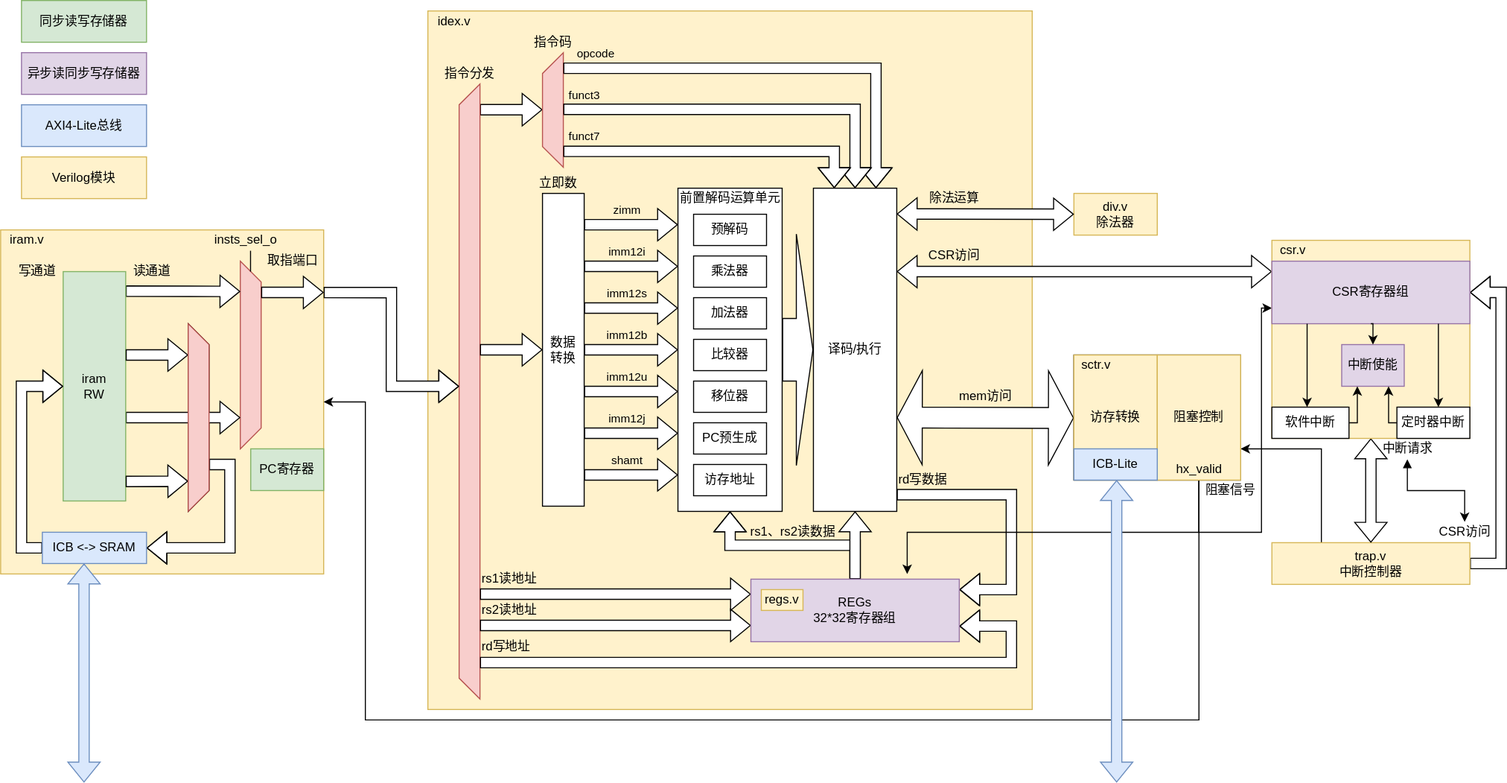
Earlier version of the draw.io export doc/图库/数据手册/内核原理图.svg (ZPNMiaoHeng/SparrowRV). Source tidied: cells renumbered, new cells last; positions are measured from the earlier drawing's top-left corner, leaving out a move shared by most shapes.
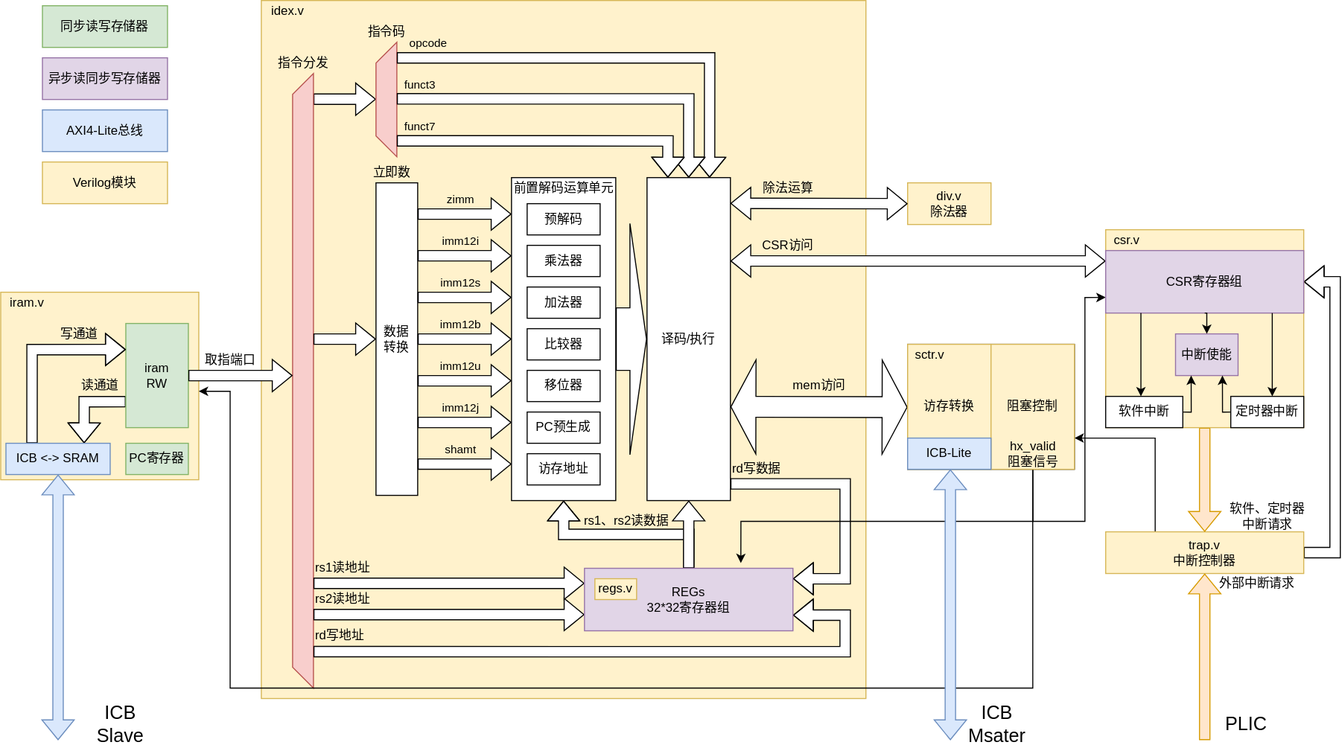
The same diagram one commit later.

Change to the diagram source:
```diff
@@ -16,76 +16,28 @@
       </mxGeometry>
     </mxCell>
     <mxCell id="4" style="rounded=0;whiteSpace=wrap;html=1;fillColor=#fff2cc;strokeColor=#d6b656;" parent="1" vertex="1">
-      <mxGeometry y="220" width="310" height="330" as="geometry" />
+      <mxGeometry x="160" y="290" width="190" height="180" as="geometry" />
     </mxCell>
-    <mxCell id="5" style="edgeStyle=orthogonalEdgeStyle;rounded=0;jettySize=auto;html=1;exitX=0.75;exitY=0;exitDx=0;exitDy=0;entryX=1;entryY=0.5;entryDx=0;entryDy=0;endArrow=classic;endFill=1;fillColor=default;shape=flexArrow;" parent="1" edge="1" source="6" target="19">
+    <mxCell id="5" style="edgeStyle=orthogonalEdgeStyle;rounded=0;jettySize=auto;html=1;exitX=0;exitY=0.75;exitDx=0;exitDy=0;entryX=0.75;entryY=0;entryDx=0;entryDy=0;endArrow=classic;endFill=1;fillColor=default;shape=flexArrow;" parent="1" edge="1" source="12" target="19">
       <mxGeometry relative="1" as="geometry" />
     </mxCell>
-    <mxCell id="6" style="shape=trapezoid;perimeter=trapezoidPerimeter;whiteSpace=wrap;html=1;fixedSize=1;fillColor=default;rotation=0;direction=south;" parent="1" vertex="1">
-      <mxGeometry x="180" y="310" width="20" height="180" as="geometry" />
-    </mxCell>
     <mxCell id="7" value="iram.v" style="text;html=1;align=center;verticalAlign=middle;strokeColor=none;fillColor=none;" parent="1" vertex="1">
-      <mxGeometry y="220" width="50" height="20" as="geometry" />
+      <mxGeometry x="160" y="290" width="50" height="20" as="geometry" />
     </mxCell>
-    <mxCell id="8" style="shape=trapezoid;perimeter=trapezoidPerimeter;whiteSpace=wrap;html=1;fixedSize=1;fillColor=#f8cecc;rotation=0;direction=south;strokeColor=#b85450;" parent="1" vertex="1">
-      <mxGeometry x="230" y="250" width="20" height="180" as="geometry" />
-    </mxCell>
-    <mxCell id="9" style="shape=flexArrow;endArrow=classic;html=1;rounded=0;fillColor=default;" parent="1" edge="1">
-      <mxGeometry relative="1" as="geometry">
-        <mxPoint x="120" y="278.8" as="sourcePoint" />
-        <mxPoint x="230" y="279" as="targetPoint" />
-      </mxGeometry>
-    </mxCell>
-    <mxCell id="10" style="shape=flexArrow;endArrow=classic;html=1;rounded=0;fillColor=default;" parent="1" edge="1">
-      <mxGeometry relative="1" as="geometry">
-        <mxPoint x="120" y="400" as="sourcePoint" />
-        <mxPoint x="230" y="400" as="targetPoint" />
-      </mxGeometry>
-    </mxCell>
-    <mxCell id="11" style="shape=flexArrow;endArrow=classic;html=1;rounded=0;fillColor=default;" parent="1" edge="1">
-      <mxGeometry relative="1" as="geometry">
-        <mxPoint x="250" y="280" as="sourcePoint" />
-        <mxPoint x="310" y="280" as="targetPoint" />
-      </mxGeometry>
-    </mxCell>
     <mxCell id="12" value="iram&lt;br&gt;RW" style="rounded=0;whiteSpace=wrap;html=1;fillColor=#d5e8d4;strokeColor=#82b366;" parent="1" vertex="1">
-      <mxGeometry x="60" y="260" width="60" height="220" as="geometry" />
+      <mxGeometry x="280" y="320" width="60" height="100" as="geometry" />
     </mxCell>
-    <mxCell id="13" style="shape=flexArrow;endArrow=classic;html=1;rounded=0;fillColor=default;" parent="1" edge="1">
-      <mxGeometry relative="1" as="geometry">
-        <mxPoint x="120" y="340" as="sourcePoint" />
-        <mxPoint x="180" y="340" as="targetPoint" />
-      </mxGeometry>
-    </mxCell>
-    <mxCell id="14" style="shape=flexArrow;endArrow=classic;html=1;rounded=0;fillColor=default;" parent="1" edge="1">
-      <mxGeometry relative="1" as="geometry">
-        <mxPoint x="120" y="461.2" as="sourcePoint" />
-        <mxPoint x="180" y="461" as="targetPoint" />
-      </mxGeometry>
-    </mxCell>
     <mxCell id="15" value="取指端口" style="text;html=1;align=center;verticalAlign=middle;strokeColor=none;fillColor=none;" parent="1" vertex="1">
-      <mxGeometry x="250" y="240" width="60" height="20" as="geometry" />
+      <mxGeometry x="350" y="345" width="60" height="20" as="geometry" />
     </mxCell>
-    <mxCell id="16" value="insts_sel_o" style="text;html=1;align=center;verticalAlign=middle;strokeColor=none;fillColor=none;" parent="1" vertex="1">
-      <mxGeometry x="195" y="220" width="80" height="20" as="geometry" />
-    </mxCell>
-    <mxCell id="17" style="endArrow=none;html=1;rounded=0;fillColor=default;" parent="1" edge="1">
-      <mxGeometry relative="1" as="geometry">
-        <mxPoint x="239.8" y="260" as="sourcePoint" />
-        <mxPoint x="239.8" y="240" as="targetPoint" />
-      </mxGeometry>
-    </mxCell>
-    <mxCell id="18" style="edgeStyle=orthogonalEdgeStyle;shape=flexArrow;rounded=0;jettySize=auto;html=1;exitX=0;exitY=0.5;exitDx=0;exitDy=0;entryX=0;entryY=0.5;entryDx=0;entryDy=0;endArrow=classic;endFill=1;fillColor=default;" parent="1" edge="1" source="19" target="12">
+    <mxCell id="18" style="edgeStyle=orthogonalEdgeStyle;shape=flexArrow;rounded=0;jettySize=auto;html=1;exitX=0.25;exitY=0;exitDx=0;exitDy=0;entryX=0;entryY=0.25;entryDx=0;entryDy=0;endArrow=classic;endFill=1;fillColor=default;" parent="1" edge="1" source="19" target="12">
       <mxGeometry relative="1" as="geometry" />
     </mxCell>
     <mxCell id="19" value="ICB &amp;lt;-&amp;gt; SRAM" style="rounded=0;whiteSpace=wrap;html=1;fillColor=#dae8fc;strokeColor=#6c8ebf;" parent="1" vertex="1">
-      <mxGeometry x="40" y="510" width="100" height="30" as="geometry" />
+      <mxGeometry x="165" y="435" width="100" height="30" as="geometry" />
     </mxCell>
-    <mxCell id="20" value="读通道" style="text;html=1;align=center;verticalAlign=middle;strokeColor=none;fillColor=none;" parent="1" vertex="1">
-      <mxGeometry x="120" y="250" width="50" height="20" as="geometry" />
-    </mxCell>
     <mxCell id="21" value="写通道" style="text;html=1;align=center;verticalAlign=middle;strokeColor=none;fillColor=none;" parent="1" vertex="1">
-      <mxGeometry x="10" y="250" width="50" height="20" as="geometry" />
+      <mxGeometry x="210" y="320" width="50" height="20" as="geometry" />
     </mxCell>
     <mxCell id="22" style="edgeStyle=orthogonalEdgeStyle;shape=flexArrow;rounded=0;jettySize=auto;html=1;exitX=1;exitY=0.5;exitDx=0;exitDy=0;entryX=1;entryY=0.5;entryDx=0;entryDy=0;endArrow=classic;endFill=1;fillColor=default;" parent="1" edge="1" source="24" target="89">
       <mxGeometry relative="1" as="geometry">
@@ -318,7 +270,7 @@
       </mxGeometry>
     </mxCell>
     <mxCell id="73" value="PC寄存器" style="whiteSpace=wrap;html=1;fillColor=#d5e8d4;strokeColor=#82b366;" parent="1" vertex="1">
-      <mxGeometry x="240" y="430" width="70" height="40" as="geometry" />
+      <mxGeometry x="280" y="435" width="60" height="30" as="geometry" />
     </mxCell>
     <mxCell id="74" style="shape=flexArrow;endArrow=classic;startArrow=classic;html=1;rounded=0;fillColor=default;startWidth=69.25925925925925;startSize=7.655555555555556;endWidth=69.25925925925925;endSize=7.655555555555556;width=20;" parent="1" edge="1">
       <mxGeometry relative="1" as="geometry">
@@ -351,17 +303,17 @@
       <mxGeometry relative="1" as="geometry">
         <Array as="points">
           <mxPoint x="1150" y="510" />
-          <mxPoint x="1210" y="510" />
-          <mxPoint x="1210" y="295" />
+          <mxPoint x="1200" y="510" />
+          <mxPoint x="1200" y="295" />
         </Array>
       </mxGeometry>
     </mxCell>
     <mxCell id="81" style="edgeStyle=orthogonalEdgeStyle;rounded=0;jettySize=auto;html=1;exitX=0.5;exitY=1;exitDx=0;exitDy=0;endArrow=classic;endFill=1;fillColor=default;" parent="1" edge="1" source="82" target="4">
       <mxGeometry relative="1" as="geometry">
         <Array as="points">
-          <mxPoint x="1150" y="690" />
-          <mxPoint x="350" y="690" />
-          <mxPoint x="350" y="385" />
+          <mxPoint x="1150" y="670" />
+          <mxPoint x="380" y="670" />
+          <mxPoint x="380" y="385" />
         </Array>
       </mxGeometry>
     </mxCell>
@@ -383,7 +335,7 @@
         <mxPoint x="1220" y="260" as="targetPoint" />
       </mxGeometry>
     </mxCell>
-    <mxCell id="86" style="edgeStyle=orthogonalEdgeStyle;rounded=0;jettySize=auto;html=1;exitX=0.5;exitY=1;exitDx=0;exitDy=0;entryX=0.5;entryY=0;entryDx=0;entryDy=0;endArrow=classic;endFill=1;fillColor=default;shape=flexArrow;startArrow=block;" parent="1" edge="1" source="87" target="24">
+    <mxCell id="86" style="edgeStyle=orthogonalEdgeStyle;rounded=0;jettySize=auto;html=1;exitX=0.5;exitY=1;exitDx=0;exitDy=0;entryX=0.5;entryY=0;entryDx=0;entryDy=0;endArrow=classic;endFill=1;fillColor=#ffe6cc;shape=flexArrow;startArrow=none;startFill=0;strokeColor=#d79b00;" parent="1" edge="1" source="87" target="24">
       <mxGeometry relative="1" as="geometry" />
     </mxCell>
     <mxCell id="87" style="rounded=0;whiteSpace=wrap;html=1;fillColor=#fff2cc;strokeColor=#d6b656;" parent="1" vertex="1">
@@ -433,21 +385,21 @@
         <mxPoint x="1379.8" y="390" as="targetPoint" />
       </mxGeometry>
     </mxCell>
-    <mxCell id="98" style="shape=flexArrow;endArrow=classic;html=1;rounded=0;fillColor=default;exitX=1;exitY=0.182;exitDx=0;exitDy=0;exitPerimeter=0;edgeStyle=orthogonalEdgeStyle;" parent="1" edge="1" source="4">
+    <mxCell id="98" style="shape=flexArrow;endArrow=classic;html=1;rounded=0;fillColor=default;exitX=1;exitY=0.5;exitDx=0;exitDy=0;edgeStyle=orthogonalEdgeStyle;" parent="1" edge="1" source="12">
       <mxGeometry relative="1" as="geometry">
         <mxPoint x="440" y="370" as="targetPoint" />
       </mxGeometry>
     </mxCell>
     <mxCell id="99" style="shape=flexArrow;endArrow=classic;startArrow=classic;html=1;rounded=0;fillColor=#dae8fc;strokeColor=#6c8ebf;" parent="1" edge="1">
       <mxGeometry relative="1" as="geometry">
-        <mxPoint x="1071" y="750" as="sourcePoint" />
+        <mxPoint x="1071" y="720" as="sourcePoint" />
         <mxPoint x="1071" y="460" as="targetPoint" />
       </mxGeometry>
     </mxCell>
     <mxCell id="100" style="shape=flexArrow;endArrow=classic;startArrow=classic;html=1;rounded=0;fillColor=#dae8fc;strokeColor=#6c8ebf;" parent="1" edge="1">
       <mxGeometry relative="1" as="geometry">
-        <mxPoint x="80" y="750" as="sourcePoint" />
-        <mxPoint x="80" y="540" as="targetPoint" />
+        <mxPoint x="215" y="720" as="sourcePoint" />
+        <mxPoint x="215" y="465" as="targetPoint" />
       </mxGeometry>
     </mxCell>
     <mxCell id="101" value="移位器" style="rounded=0;whiteSpace=wrap;html=1;fillColor=default;" parent="1" vertex="1">
@@ -456,29 +408,23 @@
     <mxCell id="102" value="预解码" style="rounded=0;whiteSpace=wrap;html=1;fillColor=default;" parent="1" vertex="1">
       <mxGeometry x="665" y="205" width="70" height="30" as="geometry" />
     </mxCell>
-    <mxCell id="103" value="CSR访问" style="text;html=1;align=center;verticalAlign=middle;points=[];strokeColor=none;fillColor=none;" parent="1" vertex="1">
-      <mxGeometry x="1370" y="500" width="70" height="20" as="geometry" />
-    </mxCell>
-    <mxCell id="104" value="hx_valid" style="text;html=1;align=center;verticalAlign=middle;strokeColor=none;fillColor=none;" parent="1" vertex="1">
-      <mxGeometry x="1120" y="440" width="60" height="20" as="geometry" />
+    <mxCell id="104" value="hx_valid&lt;br&gt;阻塞信号" style="text;html=1;align=center;verticalAlign=middle;strokeColor=none;fillColor=none;" parent="1" vertex="1">
+      <mxGeometry x="1120" y="430" width="60" height="30" as="geometry" />
     </mxCell>
-    <mxCell id="105" value="阻塞信号" style="text;html=1;align=center;verticalAlign=middle;strokeColor=none;fillColor=none;" parent="1" vertex="1">
-      <mxGeometry x="1150" y="460" width="60" height="20" as="geometry" />
-    </mxCell>
     <mxCell id="106" value="&lt;span&gt;REGs&lt;/span&gt;&lt;br&gt;&lt;span&gt;32*32寄存器组&lt;/span&gt;" style="rounded=0;whiteSpace=wrap;html=1;fillColor=#e1d5e7;strokeColor=#9673a6;" parent="1" vertex="1">
       <mxGeometry x="720" y="555" width="200" height="60" as="geometry" />
     </mxCell>
     <mxCell id="107" value="同步读写存储器" style="rounded=0;whiteSpace=wrap;html=1;fillColor=#d5e8d4;strokeColor=#82b366;" parent="1" vertex="1">
-      <mxGeometry x="20" width="120" height="40" as="geometry" />
+      <mxGeometry x="200" y="15" width="120" height="40" as="geometry" />
     </mxCell>
     <mxCell id="108" value="异步读同步写存储器" style="rounded=0;whiteSpace=wrap;html=1;fillColor=#e1d5e7;strokeColor=#9673a6;" parent="1" vertex="1">
-      <mxGeometry x="20" y="50" width="120" height="40" as="geometry" />
+      <mxGeometry x="200" y="65" width="120" height="40" as="geometry" />
     </mxCell>
     <mxCell id="109" value="AXI4-Lite总线" style="rounded=0;whiteSpace=wrap;html=1;fillColor=#dae8fc;strokeColor=#6c8ebf;" parent="1" vertex="1">
-      <mxGeometry x="20" y="100" width="120" height="40" as="geometry" />
+      <mxGeometry x="200" y="115" width="120" height="40" as="geometry" />
     </mxCell>
     <mxCell id="110" value="Verilog模块" style="rounded=0;whiteSpace=wrap;html=1;fillColor=#fff2cc;strokeColor=#d6b656;" parent="1" vertex="1">
-      <mxGeometry x="20" y="150" width="120" height="40" as="geometry" />
+      <mxGeometry x="200" y="165" width="120" height="40" as="geometry" />
     </mxCell>
     <mxCell id="111" value="regs.v" style="rounded=0;whiteSpace=wrap;html=1;labelBackgroundColor=none;fillColor=#fff2cc;strokeColor=#d6b656;" parent="1" vertex="1">
       <mxGeometry x="730" y="565" width="40" height="20" as="geometry" />
@@ -489,17 +435,31 @@
     <mxCell id="113" value="除法运算" style="text;html=1;align=center;verticalAlign=middle;strokeColor=none;fillColor=none;" parent="1" vertex="1">
       <mxGeometry x="885" y="180" width="60" height="20" as="geometry" />
     </mxCell>
-    <mxCell id="114" style="shape=trapezoid;perimeter=trapezoidPerimeter;whiteSpace=wrap;html=1;fixedSize=1;fillColor=#f8cecc;rotation=0;direction=south;strokeColor=#b85450;" parent="1" vertex="1">
-      <mxGeometry x="180" y="310" width="20" height="180" as="geometry" />
-    </mxCell>
-    <mxCell id="115" style="edgeStyle=orthogonalEdgeStyle;rounded=0;jettySize=auto;html=1;startArrow=block;" parent="1" edge="1" source="116" target="103">
-      <mxGeometry relative="1" as="geometry" />
-    </mxCell>
-    <mxCell id="116" value="中断请求" style="text;html=1;align=center;verticalAlign=middle;points=[];strokeColor=none;fillColor=none;" parent="1" vertex="1">
-      <mxGeometry x="1320" y="420" width="60" height="20" as="geometry" />
+    <mxCell id="116" value="软件、定时器&lt;br&gt;中断请求" style="text;html=1;align=center;verticalAlign=middle;points=[];strokeColor=none;fillColor=none;" parent="1" vertex="1">
+      <mxGeometry x="1330" y="490" width="90" height="30" as="geometry" />
     </mxCell>
     <mxCell id="117" value="访存地址" style="rounded=0;whiteSpace=wrap;html=1;fillColor=default;" parent="1" vertex="1">
       <mxGeometry x="665" y="445" width="70" height="30" as="geometry" />
     </mxCell>
+    <mxCell id="118" value="ICB&lt;br style=&quot;font-size: 18px;&quot;&gt;Msater" style="text;html=1;strokeColor=none;fillColor=none;align=center;verticalAlign=middle;whiteSpace=wrap;rounded=0;fontSize=18;" parent="1" vertex="1">
+      <mxGeometry x="1071" y="690" width="90" height="30" as="geometry" />
+    </mxCell>
+    <mxCell id="119" value="ICB&lt;br style=&quot;font-size: 18px&quot;&gt;Slave" style="text;html=1;strokeColor=none;fillColor=none;align=center;verticalAlign=middle;whiteSpace=wrap;rounded=0;fontSize=18;" parent="1" vertex="1">
+      <mxGeometry x="230" y="690" width="90" height="30" as="geometry" />
+    </mxCell>
+    <mxCell id="120" style="shape=flexArrow;endArrow=classic;html=1;rounded=0;fontSize=18;entryX=0.5;entryY=1;entryDx=0;entryDy=0;fillColor=#ffe6cc;strokeColor=#d79b00;" parent="1" edge="1" target="24">
+      <mxGeometry relative="1" as="geometry">
+        <mxPoint x="1315" y="720" as="sourcePoint" />
+      </mxGeometry>
+    </mxCell>
+    <mxCell id="121" value="外部中断请求" style="text;html=1;align=center;verticalAlign=middle;strokeColor=none;fillColor=none;" parent="1" vertex="1">
+      <mxGeometry x="1320" y="560" width="90" height="20" as="geometry" />
+    </mxCell>
+    <mxCell id="122" value="PLIC" style="text;html=1;strokeColor=none;fillColor=none;align=center;verticalAlign=middle;whiteSpace=wrap;rounded=0;fontSize=18;" parent="1" vertex="1">
+      <mxGeometry x="1310" y="690" width="90" height="30" as="geometry" />
+    </mxCell>
+    <mxCell id="20" value="读通道" style="text;html=1;align=center;verticalAlign=middle;strokeColor=none;fillColor=none;" parent="1" vertex="1">
+      <mxGeometry x="230" y="370" width="50" height="20" as="geometry" />
+    </mxCell>
   </root>
 </mxGraphModel>
```
